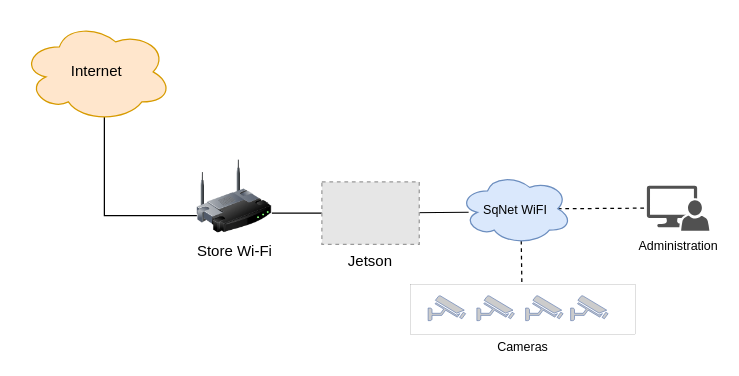
Above: page "Model 1" (1 of 4) of deployment models.drawio in jacmathew/jacmathew (draw.io), before the change. Source tidied: cells renumbered, new cells numbered last; positions are measured from the earlier drawing's top-left corner, leaving out a move shared by most shapes. Both pictures are drawn from the tidied source at 125%, with x=0, y=0 at pixel (21, 21). Pictures stored in the file or linked from it are replaced by grey dashed boxes.
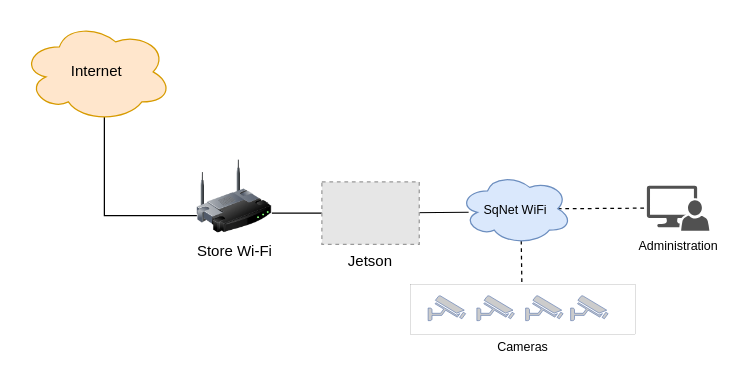
After the change.

Diff of the diagram source:
```diff
@@
-    <mxCell id="11" value="&lt;font style=&quot;font-size: 10px&quot;&gt;SqNet WiFI&lt;/font&gt;" style="ellipse;shape=cloud;whiteSpace=wrap;html=1;fillColor=#dae8fc;strokeColor=#6c8ebf;" parent="1" vertex="1">
+    <mxCell id="11" value="&lt;font style=&quot;font-size: 10px&quot;&gt;SqNet WiFi&lt;/font&gt;" style="ellipse;shape=cloud;whiteSpace=wrap;html=1;fillColor=#dae8fc;strokeColor=#6c8ebf;" parent="1" vertex="1">
       <mxGeometry x="350" y="121" width="90" height="57" as="geometry" />
     </mxCell>
```
